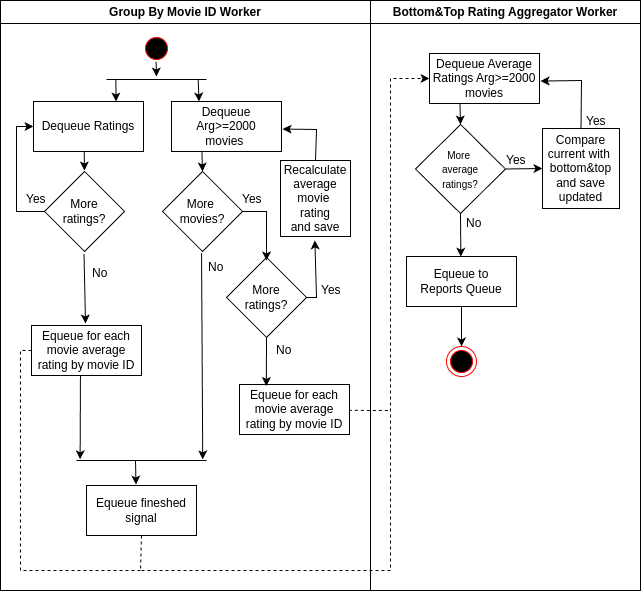
rafaelputaro/tp1-7574 keeps this draw.io diagram as documents/Actividad-3_Bottom_y_Top_Ratings.drawio.png. Above is the earlier version. Source tidied: cells renumbered, new cells last; positions are measured from the earlier drawing's top-left corner, leaving out a move shared by most shapes.
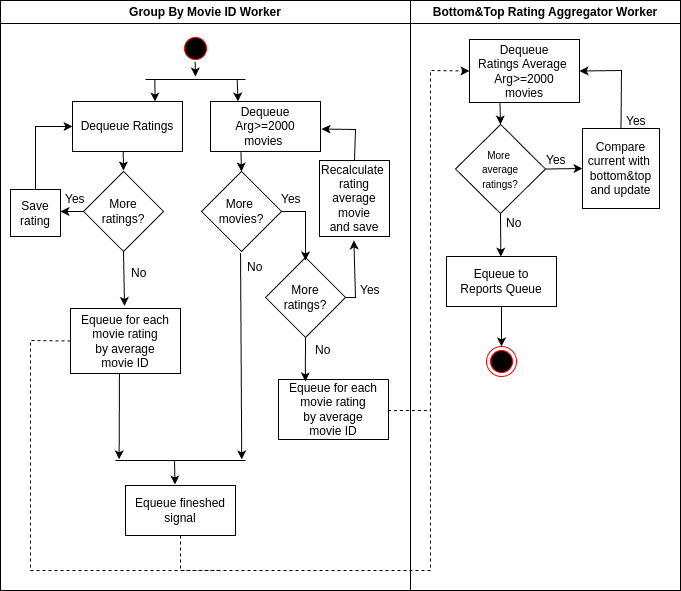
After the change.

What changed in the source:
```diff
@@ -3,36 +3,36 @@
     <mxCell id="0" />
     <mxCell id="1" parent="0" />
     <mxCell id="2" value="Group By Movie ID Worker" style="swimlane;whiteSpace=wrap;html=1;" parent="1" vertex="1">
-      <mxGeometry width="370" height="590" as="geometry" />
+      <mxGeometry x="-100" y="-50" width="410" height="590" as="geometry" />
     </mxCell>
     <mxCell id="3" style="ellipse;html=1;shape=startState;fillColor=#000000;strokeColor=#ff0000;" parent="2" vertex="1">
-      <mxGeometry x="141" y="33" width="30" height="30" as="geometry" />
+      <mxGeometry x="180" y="33" width="30" height="30" as="geometry" />
     </mxCell>
     <mxCell id="4" style="line;strokeWidth=1;fillColor=none;align=left;verticalAlign=middle;spacingTop=-1;spacingLeft=3;spacingRight=3;labelPosition=right;points=[];portConstraint=eastwest;strokeColor=inherit;" parent="2" vertex="1">
-      <mxGeometry x="106" y="75" width="100" height="8" as="geometry" />
+      <mxGeometry x="145" y="75" width="100" height="8" as="geometry" />
     </mxCell>
     <mxCell id="5" style="endArrow=classic;html=1;rounded=0;exitX=0.487;exitY=0.94;exitDx=0;exitDy=0;exitPerimeter=0;entryX=0.5;entryY=0.125;entryDx=0;entryDy=0;entryPerimeter=0;" parent="2" edge="1" source="3" target="4">
       <mxGeometry relative="1" as="geometry" />
     </mxCell>
     <mxCell id="6" value="Dequeue Ratings" style="html=1;whiteSpace=wrap;" parent="2" vertex="1">
-      <mxGeometry x="33" y="101" width="110" height="50" as="geometry" />
+      <mxGeometry x="72" y="101" width="110" height="50" as="geometry" />
     </mxCell>
     <mxCell id="7" value="Dequeue Arg&amp;gt;=2000&lt;br&gt;&lt;span style=&quot;background-color: transparent; color: light-dark(rgb(0, 0, 0), rgb(255, 255, 255));&quot;&gt;movies&amp;nbsp;&lt;/span&gt;" style="html=1;whiteSpace=wrap;" parent="2" vertex="1">
-      <mxGeometry x="171" y="101" width="110" height="50" as="geometry" />
+      <mxGeometry x="210" y="101" width="110" height="50" as="geometry" />
     </mxCell>
     <mxCell id="8" style="endArrow=classic;html=1;rounded=0;exitX=0.094;exitY=0.5;exitDx=0;exitDy=0;exitPerimeter=0;entryX=0.75;entryY=0;entryDx=0;entryDy=0;" parent="2" edge="1" source="4" target="6">
       <mxGeometry relative="1" as="geometry" />
     </mxCell>
     <mxCell id="9" style="endArrow=classic;html=1;rounded=0;entryX=0.25;entryY=0;entryDx=0;entryDy=0;exitX=0.927;exitY=0.519;exitDx=0;exitDy=0;exitPerimeter=0;" parent="2" edge="1" target="7">
       <mxGeometry relative="1" as="geometry">
-        <mxPoint x="197.7" y="79.2" as="sourcePoint" />
+        <mxPoint x="236.7" y="79.2" as="sourcePoint" />
       </mxGeometry>
     </mxCell>
     <mxCell id="10" value="&lt;div&gt;&lt;span style=&quot;background-color: transparent; color: light-dark(rgb(0, 0, 0), rgb(255, 255, 255));&quot;&gt;More&amp;nbsp;&lt;/span&gt;&lt;/div&gt;&lt;div&gt;&lt;span style=&quot;background-color: transparent; color: light-dark(rgb(0, 0, 0), rgb(255, 255, 255));&quot;&gt;movies?&lt;/span&gt;&lt;/div&gt;" style="rhombus;whiteSpace=wrap;html=1;" parent="2" vertex="1">
-      <mxGeometry x="162" y="171" width="80" height="80" as="geometry" />
+      <mxGeometry x="201" y="171" width="80" height="80" as="geometry" />
     </mxCell>
     <mxCell id="11" value="More&lt;div&gt;ratings?&lt;/div&gt;" style="rhombus;whiteSpace=wrap;html=1;" parent="2" vertex="1">
-      <mxGeometry x="44" y="171" width="80" height="80" as="geometry" />
+      <mxGeometry x="83" y="171" width="80" height="80" as="geometry" />
     </mxCell>
     <mxCell id="12" style="endArrow=classic;html=1;rounded=0;exitX=0.461;exitY=1.007;exitDx=0;exitDy=0;exitPerimeter=0;entryX=0.5;entryY=-0.012;entryDx=0;entryDy=0;entryPerimeter=0;" parent="2" edge="1" source="6" target="11">
       <mxGeometry relative="1" as="geometry" />
@@ -40,97 +40,102 @@
     <mxCell id="13" style="endArrow=classic;html=1;rounded=0;exitX=0.277;exitY=1.012;exitDx=0;exitDy=0;exitPerimeter=0;entryX=0.5;entryY=0;entryDx=0;entryDy=0;" parent="2" edge="1" source="7" target="10">
       <mxGeometry relative="1" as="geometry" />
     </mxCell>
-    <mxCell id="14" value="&lt;div&gt;Recalculate average&lt;/div&gt;&lt;div&gt;movie&amp;nbsp;&lt;/div&gt;&lt;div&gt;rating&lt;/div&gt;&lt;div&gt;and save&lt;/div&gt;" style="rounded=0;whiteSpace=wrap;html=1;" parent="2" vertex="1">
-      <mxGeometry x="280" y="160" width="70" height="76" as="geometry" />
+    <mxCell id="14" value="&lt;div&gt;Recalculate&amp;nbsp;&lt;/div&gt;&lt;div&gt;&lt;span style=&quot;background-color: transparent; color: light-dark(rgb(0, 0, 0), rgb(255, 255, 255));&quot;&gt;rating&lt;/span&gt;&lt;/div&gt;&lt;div&gt;average&lt;span style=&quot;background-color: transparent; color: light-dark(rgb(0, 0, 0), rgb(255, 255, 255));&quot;&gt;&lt;/span&gt;&lt;/div&gt;&lt;div&gt;movie&lt;/div&gt;&lt;div&gt;and save&lt;/div&gt;" style="rounded=0;whiteSpace=wrap;html=1;" parent="2" vertex="1">
+      <mxGeometry x="319" y="160" width="70" height="76" as="geometry" />
     </mxCell>
     <mxCell id="15" style="endArrow=classic;html=1;rounded=0;exitX=1;exitY=0.5;exitDx=0;exitDy=0;entryX=0.491;entryY=1.051;entryDx=0;entryDy=0;entryPerimeter=0;" parent="2" edge="1" source="17" target="14">
       <mxGeometry relative="1" as="geometry">
         <Array as="points">
-          <mxPoint x="316" y="297" />
+          <mxPoint x="355" y="297" />
         </Array>
       </mxGeometry>
     </mxCell>
     <mxCell id="16" style="endArrow=classic;html=1;rounded=0;exitX=0.5;exitY=0;exitDx=0;exitDy=0;entryX=1.01;entryY=0.551;entryDx=0;entryDy=0;entryPerimeter=0;" parent="2" edge="1" source="14" target="7">
       <mxGeometry relative="1" as="geometry">
         <Array as="points">
-          <mxPoint x="316" y="129" />
+          <mxPoint x="355" y="129" />
         </Array>
       </mxGeometry>
     </mxCell>
     <mxCell id="17" value="More&lt;div&gt;ratings?&lt;/div&gt;" style="rhombus;whiteSpace=wrap;html=1;" parent="2" vertex="1">
-      <mxGeometry x="226" y="257" width="80" height="80" as="geometry" />
+      <mxGeometry x="265" y="257" width="80" height="80" as="geometry" />
     </mxCell>
-    <mxCell id="18" value="Equeue for each movie average rating&amp;nbsp;&lt;span style=&quot;background-color: transparent; color: light-dark(rgb(0, 0, 0), rgb(255, 255, 255));&quot;&gt;by movie ID&lt;/span&gt;" style="html=1;whiteSpace=wrap;" parent="2" vertex="1">
-      <mxGeometry x="31" y="325" width="110" height="50" as="geometry" />
+    <mxCell id="18" value="Equeue for each movie rating&lt;div&gt;&amp;nbsp;&lt;span style=&quot;background-color: transparent; color: light-dark(rgb(0, 0, 0), rgb(255, 255, 255));&quot;&gt;by&amp;nbsp;&lt;/span&gt;average&amp;nbsp;&lt;div&gt;&lt;span style=&quot;background-color: transparent; color: light-dark(rgb(0, 0, 0), rgb(255, 255, 255));&quot;&gt;movie ID&lt;/span&gt;&lt;/div&gt;&lt;/div&gt;" style="html=1;whiteSpace=wrap;" parent="2" vertex="1">
+      <mxGeometry x="70" y="308" width="110" height="65" as="geometry" />
     </mxCell>
-    <mxCell id="19" style="endArrow=classic;html=1;rounded=0;exitX=0.494;exitY=1.03;exitDx=0;exitDy=0;exitPerimeter=0;entryX=0.491;entryY=-0.04;entryDx=0;entryDy=0;entryPerimeter=0;" parent="2" edge="1" source="11" target="18">
+    <mxCell id="19" style="endArrow=classic;html=1;rounded=0;exitX=0.5;exitY=1;exitDx=0;exitDy=0;entryX=0.491;entryY=-0.04;entryDx=0;entryDy=0;entryPerimeter=0;" parent="2" edge="1" source="11" target="18">
       <mxGeometry relative="1" as="geometry" />
     </mxCell>
-    <mxCell id="20" style="endArrow=classic;html=1;rounded=0;exitX=0;exitY=0.5;exitDx=0;exitDy=0;entryX=0;entryY=0.5;entryDx=0;entryDy=0;" parent="2" edge="1" source="11" target="6">
-      <mxGeometry relative="1" as="geometry">
-        <Array as="points">
-          <mxPoint x="16" y="211" />
-          <mxPoint x="16" y="126" />
-        </Array>
-      </mxGeometry>
-    </mxCell>
     <mxCell id="21" style="endArrow=classic;html=1;rounded=0;exitX=1;exitY=0.5;exitDx=0;exitDy=0;" parent="2" edge="1" source="10">
       <mxGeometry relative="1" as="geometry">
-        <mxPoint x="266" y="260" as="targetPoint" />
+        <mxPoint x="305" y="260" as="targetPoint" />
         <Array as="points">
-          <mxPoint x="266" y="211" />
+          <mxPoint x="305" y="211" />
         </Array>
       </mxGeometry>
     </mxCell>
-    <mxCell id="22" value="Equeue for each movie average rating&amp;nbsp;&lt;span style=&quot;color: light-dark(rgb(0, 0, 0), rgb(255, 255, 255)); background-color: transparent;&quot;&gt;by movie ID&lt;/span&gt;" style="html=1;whiteSpace=wrap;" parent="2" vertex="1">
-      <mxGeometry x="239" y="384" width="110" height="50" as="geometry" />
+    <mxCell id="22" value="Equeue for each movie rating&lt;div&gt;&amp;nbsp;&lt;span style=&quot;background-color: transparent; color: light-dark(rgb(0, 0, 0), rgb(255, 255, 255));&quot;&gt;by&amp;nbsp;&lt;/span&gt;average&amp;nbsp;&lt;div&gt;&lt;span style=&quot;background-color: transparent; color: light-dark(rgb(0, 0, 0), rgb(255, 255, 255));&quot;&gt;movie ID&lt;/span&gt;&lt;/div&gt;&lt;/div&gt;" style="html=1;whiteSpace=wrap;" parent="2" vertex="1">
+      <mxGeometry x="278" y="379" width="110" height="60" as="geometry" />
     </mxCell>
     <mxCell id="23" style="endArrow=classic;html=1;rounded=0;exitX=0.5;exitY=1;exitDx=0;exitDy=0;entryX=0.244;entryY=0.031;entryDx=0;entryDy=0;entryPerimeter=0;" parent="2" edge="1" target="22">
       <mxGeometry relative="1" as="geometry">
-        <mxPoint x="266" y="337" as="sourcePoint" />
+        <mxPoint x="305" y="337" as="sourcePoint" />
       </mxGeometry>
     </mxCell>
     <mxCell id="24" style="endArrow=classic;html=1;rounded=0;exitX=0.445;exitY=0.999;exitDx=0;exitDy=0;exitPerimeter=0;entryX=0.028;entryY=0.343;entryDx=0;entryDy=0;entryPerimeter=0;" parent="2" edge="1" source="18" target="25">
       <mxGeometry relative="1" as="geometry" />
     </mxCell>
     <mxCell id="25" style="line;strokeWidth=1;fillColor=none;align=left;verticalAlign=middle;spacingTop=-1;spacingLeft=3;spacingRight=3;labelPosition=right;points=[];portConstraint=eastwest;strokeColor=inherit;" parent="2" vertex="1">
-      <mxGeometry x="76" y="456" width="130" height="8" as="geometry" />
+      <mxGeometry x="115" y="456" width="130" height="8" as="geometry" />
     </mxCell>
     <mxCell id="26" style="endArrow=classic;html=1;rounded=0;exitX=0.488;exitY=1.021;exitDx=0;exitDy=0;exitPerimeter=0;entryX=0.971;entryY=0.363;entryDx=0;entryDy=0;entryPerimeter=0;" parent="2" edge="1" source="10" target="25">
       <mxGeometry relative="1" as="geometry" />
     </mxCell>
     <mxCell id="27" value="Equeue fineshed&lt;br&gt;&lt;div&gt;signal&lt;/div&gt;" style="html=1;whiteSpace=wrap;" parent="2" vertex="1">
-      <mxGeometry x="86" y="485" width="110" height="50" as="geometry" />
+      <mxGeometry x="125" y="485" width="110" height="50" as="geometry" />
     </mxCell>
     <mxCell id="28" style="endArrow=classic;html=1;rounded=0;entryX=0.45;entryY=-0.02;entryDx=0;entryDy=0;entryPerimeter=0;" parent="2" edge="1">
       <mxGeometry relative="1" as="geometry">
-        <mxPoint x="135" y="460" as="sourcePoint" />
-        <mxPoint x="135.5" y="484" as="targetPoint" />
+        <mxPoint x="174" y="460" as="sourcePoint" />
+        <mxPoint x="174.5" y="484" as="targetPoint" />
       </mxGeometry>
     </mxCell>
     <mxCell id="29" value="Yes" style="text;strokeColor=none;fillColor=none;align=left;verticalAlign=middle;spacingLeft=4;spacingRight=4;overflow=hidden;whiteSpace=wrap;html=1;" parent="2" vertex="1">
-      <mxGeometry x="236" y="189.5" width="34" height="17" as="geometry" />
+      <mxGeometry x="275" y="189.5" width="34" height="17" as="geometry" />
     </mxCell>
     <mxCell id="30" value="Yes" style="text;strokeColor=none;fillColor=none;align=left;verticalAlign=middle;spacingLeft=4;spacingRight=4;overflow=hidden;whiteSpace=wrap;html=1;" parent="2" vertex="1">
-      <mxGeometry x="315" y="280" width="34" height="17" as="geometry" />
+      <mxGeometry x="354" y="280" width="34" height="17" as="geometry" />
     </mxCell>
     <mxCell id="31" value="Yes" style="text;strokeColor=none;fillColor=none;align=left;verticalAlign=middle;spacingLeft=4;spacingRight=4;overflow=hidden;whiteSpace=wrap;html=1;" parent="2" vertex="1">
-      <mxGeometry x="20" y="189.5" width="34" height="17" as="geometry" />
+      <mxGeometry x="59" y="189.5" width="34" height="17" as="geometry" />
     </mxCell>
     <mxCell id="32" value="No" style="text;strokeColor=none;fillColor=none;align=left;verticalAlign=middle;spacingLeft=4;spacingRight=4;overflow=hidden;whiteSpace=wrap;html=1;" parent="2" vertex="1">
-      <mxGeometry x="270" y="340" width="34" height="17" as="geometry" />
+      <mxGeometry x="309" y="340" width="34" height="17" as="geometry" />
     </mxCell>
     <mxCell id="33" value="No" style="text;strokeColor=none;fillColor=none;align=left;verticalAlign=middle;spacingLeft=4;spacingRight=4;overflow=hidden;whiteSpace=wrap;html=1;" parent="2" vertex="1">
-      <mxGeometry x="202" y="257" width="34" height="17" as="geometry" />
+      <mxGeometry x="241" y="257" width="34" height="17" as="geometry" />
     </mxCell>
     <mxCell id="34" value="No" style="text;strokeColor=none;fillColor=none;align=left;verticalAlign=middle;spacingLeft=4;spacingRight=4;overflow=hidden;whiteSpace=wrap;html=1;" parent="2" vertex="1">
-      <mxGeometry x="86" y="263" width="34" height="17" as="geometry" />
+      <mxGeometry x="125" y="263" width="34" height="17" as="geometry" />
     </mxCell>
+    <mxCell id="52" value="&lt;div&gt;Save&lt;/div&gt;&lt;div&gt;&lt;span style=&quot;background-color: transparent; color: light-dark(rgb(0, 0, 0), rgb(255, 255, 255));&quot;&gt;rating&lt;/span&gt;&lt;/div&gt;" style="rounded=0;whiteSpace=wrap;html=1;" parent="2" vertex="1">
+      <mxGeometry x="10" y="189" width="50" height="47" as="geometry" />
+    </mxCell>
+    <mxCell id="53" style="endArrow=classic;html=1;rounded=0;exitX=0.5;exitY=0;exitDx=0;exitDy=0;entryX=0;entryY=0.5;entryDx=0;entryDy=0;" parent="2" edge="1" source="52" target="6">
+      <mxGeometry relative="1" as="geometry">
+        <Array as="points">
+          <mxPoint x="35" y="126" />
+        </Array>
+      </mxGeometry>
+    </mxCell>
+    <mxCell id="54" style="endArrow=classic;html=1;rounded=0;exitX=0;exitY=0.5;exitDx=0;exitDy=0;entryX=1;entryY=0.468;entryDx=0;entryDy=0;entryPerimeter=0;" parent="2" edge="1" source="11" target="52">
+      <mxGeometry relative="1" as="geometry" />
+    </mxCell>
     <mxCell id="35" value="Bottom&amp;amp;Top Rating Aggregator Worker" style="swimlane;whiteSpace=wrap;html=1;startSize=23;" parent="1" vertex="1">
-      <mxGeometry x="370" width="270" height="590" as="geometry" />
+      <mxGeometry x="310" y="-50" width="270" height="590" as="geometry" />
     </mxCell>
-    <mxCell id="36" value="Dequeue Average Ratings Arg&amp;gt;=2000&lt;div&gt;movies&lt;/div&gt;" style="html=1;whiteSpace=wrap;" parent="35" vertex="1">
-      <mxGeometry x="59" y="53" width="110" height="50" as="geometry" />
+    <mxCell id="36" value="Dequeue Ratings&amp;nbsp;Average&amp;nbsp;&lt;div&gt;Arg&amp;gt;=2000&lt;div&gt;movies&lt;/div&gt;&lt;/div&gt;" style="html=1;whiteSpace=wrap;" parent="35" vertex="1">
+      <mxGeometry x="59" y="39" width="110" height="63" as="geometry" />
     </mxCell>
     <mxCell id="37" value="&lt;font style=&quot;font-size: 10px;&quot;&gt;More&amp;nbsp;&lt;/font&gt;&lt;div&gt;&lt;font style=&quot;font-size: 10px;&quot;&gt;average&lt;br&gt;&lt;/font&gt;&lt;/div&gt;&lt;div&gt;&lt;font style=&quot;font-size: 10px;&quot;&gt;ratings?&lt;/font&gt;&lt;/div&gt;" style="rhombus;whiteSpace=wrap;html=1;" parent="35" vertex="1">
       <mxGeometry x="45" y="124" width="90" height="89" as="geometry" />
@@ -138,13 +143,13 @@
     <mxCell id="38" style="endArrow=classic;html=1;rounded=0;exitX=0.277;exitY=1.012;exitDx=0;exitDy=0;exitPerimeter=0;entryX=0.5;entryY=0;entryDx=0;entryDy=0;" parent="35" edge="1" source="36" target="37">
       <mxGeometry relative="1" as="geometry" />
     </mxCell>
-    <mxCell id="39" value="Compare current with&amp;nbsp; bottom&amp;amp;top&lt;div&gt;and save updated&lt;/div&gt;" style="rounded=0;whiteSpace=wrap;html=1;" parent="35" vertex="1">
+    <mxCell id="39" value="Compare current with&amp;nbsp; bottom&amp;amp;top&lt;div&gt;and update&lt;/div&gt;" style="rounded=0;whiteSpace=wrap;html=1;" parent="35" vertex="1">
       <mxGeometry x="172" y="128" width="77" height="80" as="geometry" />
     </mxCell>
-    <mxCell id="40" style="endArrow=classic;html=1;rounded=0;exitX=0.5;exitY=0;exitDx=0;exitDy=0;entryX=1.01;entryY=0.551;entryDx=0;entryDy=0;entryPerimeter=0;" parent="35" edge="1" source="39" target="36">
+    <mxCell id="40" style="endArrow=classic;html=1;rounded=0;exitX=0.5;exitY=0;exitDx=0;exitDy=0;entryX=1;entryY=0.5;entryDx=0;entryDy=0;" parent="35" edge="1" source="39" target="36">
       <mxGeometry relative="1" as="geometry">
         <Array as="points">
-          <mxPoint x="211" y="80" />
+          <mxPoint x="211" y="70" />
         </Array>
       </mxGeometry>
     </mxCell>
@@ -177,24 +182,24 @@
     <mxCell id="49" style="endArrow=classic;html=1;rounded=0;exitX=0.5;exitY=1;exitDx=0;exitDy=0;entryX=0;entryY=0.5;entryDx=0;entryDy=0;dashed=1;" parent="1" edge="1" source="27" target="36">
       <mxGeometry relative="1" as="geometry">
         <Array as="points">
-          <mxPoint x="140" y="570" />
-          <mxPoint x="390" y="570" />
-          <mxPoint x="390" y="78" />
+          <mxPoint x="80" y="520" />
+          <mxPoint x="330" y="520" />
+          <mxPoint x="330" y="20" />
         </Array>
       </mxGeometry>
     </mxCell>
     <mxCell id="50" style="endArrow=none;html=1;rounded=0;exitX=0;exitY=0.5;exitDx=0;exitDy=0;startFill=0;dashed=1;" parent="1" edge="1" source="18">
       <mxGeometry relative="1" as="geometry">
-        <mxPoint x="140" y="570" as="targetPoint" />
+        <mxPoint x="119" y="520" as="targetPoint" />
         <Array as="points">
-          <mxPoint x="20" y="350" />
-          <mxPoint x="20" y="570" />
+          <mxPoint x="-70" y="290" />
+          <mxPoint x="-70" y="520" />
         </Array>
       </mxGeometry>
     </mxCell>
     <mxCell id="51" style="endArrow=none;dashed=1;html=1;rounded=0;exitX=0.994;exitY=0.518;exitDx=0;exitDy=0;exitPerimeter=0;" parent="1" edge="1" source="22">
       <mxGeometry relative="1" as="geometry">
-        <mxPoint x="390" y="410" as="targetPoint" />
+        <mxPoint x="330" y="360" as="targetPoint" />
       </mxGeometry>
     </mxCell>
   </root>
```
